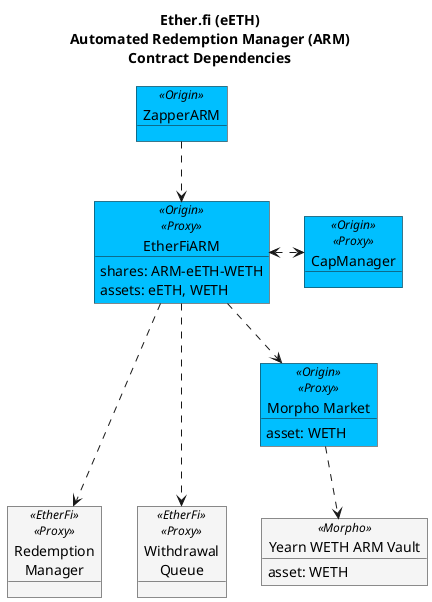
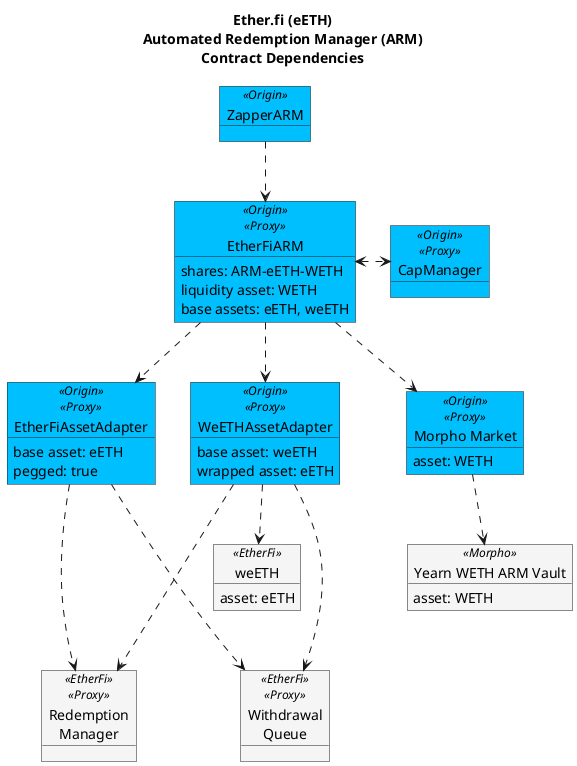
@startuml

!$originColor = DeepSkyBlue
' !$originColor = WhiteSmoke
!$newColor = LightGreen
!$changedColor = Orange
!$thirdPartyColor = WhiteSmoke

' legend
' blue - Origin
- ' ' green - new
- ' ' orange - changed
+ ' green - new
+ ' orange - changed
' white - 3rd Party
' end legend

title "Ether.fi (eETH)\nAutomated Redemption Manager (ARM)\nContract Dependencies"


object "ZapperARM" as zap <<Origin>> #$originColor {
}

object "EtherFiARM" as arm <<Origin>><<Proxy>> #$originColor {
    shares: ARM-eETH-WETH
-     assets: eETH, WETH
+     liquidity asset: WETH
+     base assets: eETH, weETH
+ }
+ 
+ object "EtherFiAssetAdapter" as eethAdapter <<Origin>><<Proxy>> #$originColor {
+     base asset: eETH
+     pegged: true
+ }
+ 
+ object "WeETHAssetAdapter" as weethAdapter <<Origin>><<Proxy>> #$originColor {
+     base asset: weETH
+     wrapped asset: eETH
+ }
+ 
+ object "weETH" as weeth <<EtherFi>> #$thirdPartyColor {
+     asset: eETH
}

object "CapManager" as capMan <<Origin>><<Proxy>> #$originColor {
}

object "Redemption\nManager" as rm <<EtherFi>><<Proxy>> #$thirdPartyColor {
}

object "Withdrawal\nQueue" as wq <<EtherFi>><<Proxy>> #$thirdPartyColor {
}

object "Morpho Market" as morphoMarket <<Origin>><<Proxy>> #$originColor {
    asset: WETH
}

object "Yearn WETH ARM Vault" as morpho <<Morpho>> #$thirdPartyColor {
    asset: WETH
}

zap ..> arm
arm <.> capMan
- arm ...> rm
- arm ...> wq
+ arm ..> eethAdapter
+ arm ..> weethAdapter
+ eethAdapter ...> rm
+ eethAdapter ...> wq
+ weethAdapter ..> weeth
+ weethAdapter ...> rm
+ weethAdapter ...> wq
arm ..> morphoMarket
morphoMarket ..> morpho

- @enduml+ @enduml
